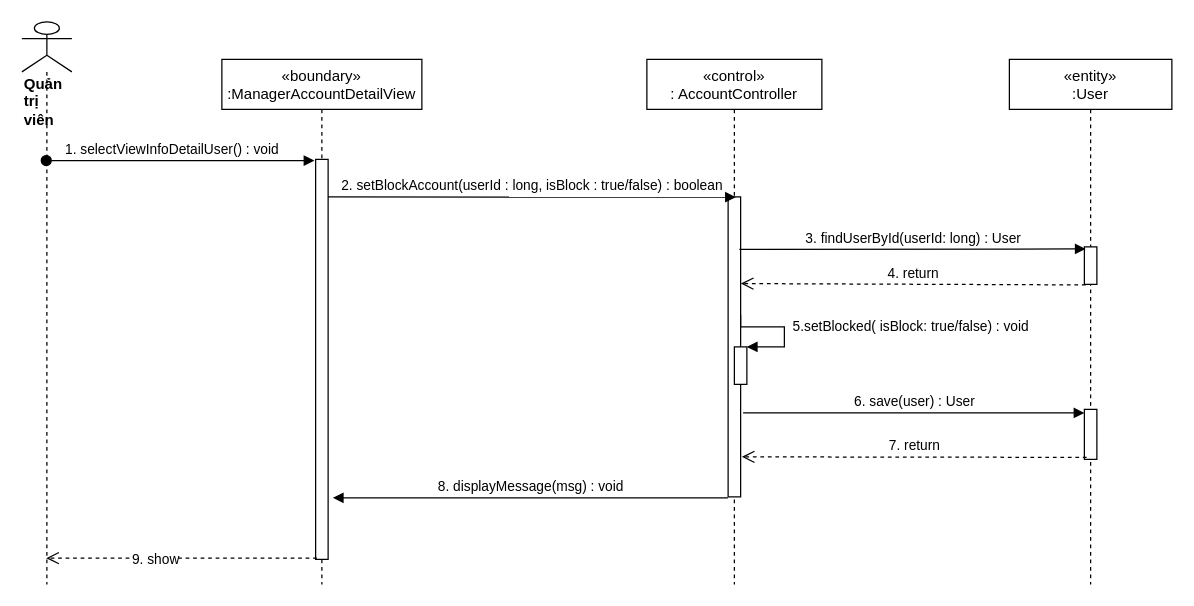
This is sequence diagram/block-unblock-User.drawio from nguyenphamvan/datn_20202, a draw.io file, before an edit. Source tidied: cells renumbered, new cells numbered last; positions are measured from the earlier drawing's top-left corner, leaving out a move shared by most shapes. Both pictures are drawn from the tidied source at 125%, with x=0, y=0 at pixel (21, 21).
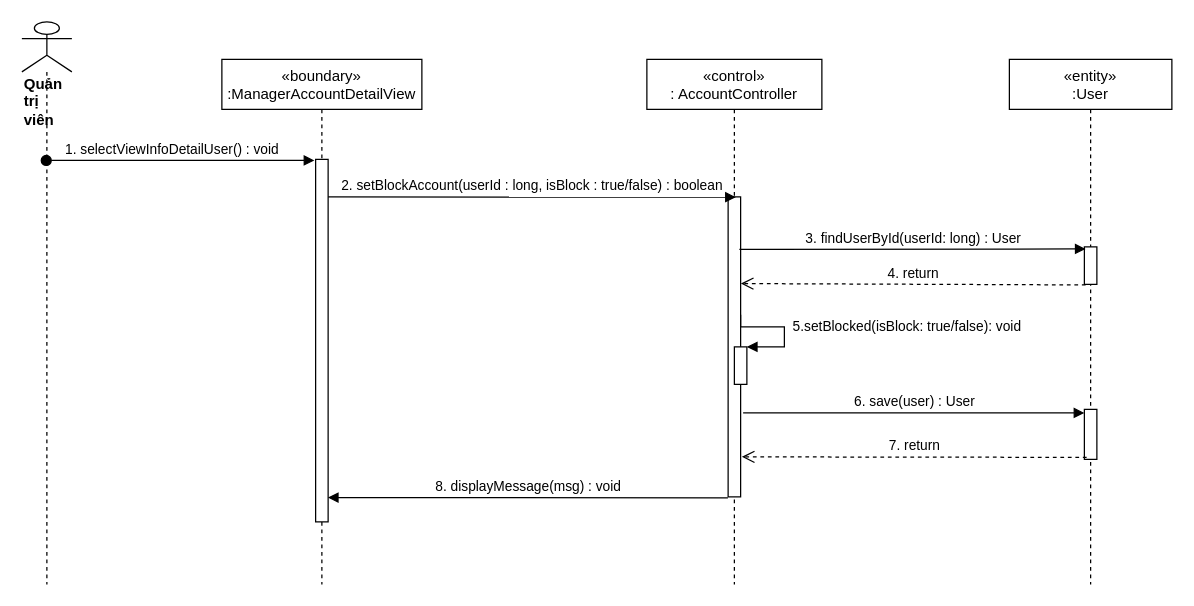
After the change.

Unchanged cells that the change refers to:
```xml
<mxCell id="3" style="points=[];perimeter=orthogonalPerimeter;rounded=0;shadow=0;strokeWidth=1;" parent="2" vertex="1">
  <mxGeometry x="65" y="110" width="10" height="240" as="geometry" />
</mxCell>
<mxCell id="4" value="&lt;div&gt;&lt;b&gt;Quản trị viên&lt;/b&gt;&lt;/div&gt;" style="shape=umlLifeline;participant=umlActor;perimeter=lifelinePerimeter;whiteSpace=wrap;html=1;verticalAlign=top;spacingTop=36;outlineConnect=0;align=left;size=40;" parent="1" vertex="1">
  <mxGeometry width="40" height="450" as="geometry" />
</mxCell>
<mxCell id="12" value="«boundary»&#10;:ManagerAccountDetailView" style="shape=umlLifeline;perimeter=lifelinePerimeter;rounded=0;shadow=0;strokeWidth=1;" parent="1" vertex="1">
  <mxGeometry x="160" y="30" width="160" height="420" as="geometry" />
</mxCell>
<mxCell id="16" style="html=1;points=[];perimeter=orthogonalPerimeter;" parent="1" vertex="1">
  <mxGeometry x="570" y="260" width="10" height="30" as="geometry" />
</mxCell>
```

What changed in the source:
```diff
@@
     <mxCell id="13" style="points=[];perimeter=orthogonalPerimeter;rounded=0;shadow=0;strokeWidth=1;" parent="12" vertex="1">
-      <mxGeometry x="75" y="80" width="10" height="320" as="geometry" />
+      <mxGeometry x="75" y="80" width="10" height="290" as="geometry" />
     </mxCell>
@@
-    <mxCell id="17" value="&amp;nbsp;5.setBlocked( isBlock: true/false) : void" style="edgeStyle=orthogonalEdgeStyle;html=1;align=left;spacingLeft=2;endArrow=block;rounded=0;entryX=1;entryY=0;exitX=1;exitY=0.393;exitDx=0;exitDy=0;exitPerimeter=0;" parent="1" edge="1" source="3" target="16">
+    <mxCell id="17" value="&amp;nbsp;5.setBlocked(isBlock: true/false): void" style="edgeStyle=orthogonalEdgeStyle;html=1;align=left;spacingLeft=2;endArrow=block;rounded=0;entryX=1;entryY=0;exitX=1;exitY=0.393;exitDx=0;exitDy=0;exitPerimeter=0;" parent="1" edge="1" source="3" target="16">
       <mxGeometry relative="1" as="geometry">
         <Array as="points">
           <mxPoint x="575" y="244" />
           <mxPoint x="610" y="244" />
           <mxPoint x="610" y="260" />
         </Array>
       </mxGeometry>
     </mxCell>
-    <mxCell id="18" style="html=1;verticalAlign=bottom;endArrow=open;dashed=1;endSize=8;exitX=0.1;exitY=0.997;exitDx=0;exitDy=0;exitPerimeter=0;" parent="1" edge="1" source="13" target="4">
-      <mxGeometry relative="1" as="geometry" />
-    </mxCell>
-    <mxCell id="19" value="9. show" style="edgeLabel;html=1;align=center;verticalAlign=middle;" parent="18" vertex="1">
-      <mxGeometry x="0.2" relative="1" as="geometry" />
-    </mxCell>
-    <mxCell id="20" value="8. displayMessage(msg) : void" style="html=1;verticalAlign=bottom;endArrow=block;exitX=-0.02;exitY=1.003;exitDx=0;exitDy=0;exitPerimeter=0;entryX=1.38;entryY=0.846;entryDx=0;entryDy=0;entryPerimeter=0;" parent="1" edge="1" source="3" target="13">
+    <mxCell id="20" value="8. displayMessage(msg) : void" style="html=1;verticalAlign=bottom;endArrow=block;exitX=-0.02;exitY=1.003;exitDx=0;exitDy=0;exitPerimeter=0;entryX=0.98;entryY=0.933;entryDx=0;entryDy=0;entryPerimeter=0;" parent="1" edge="1" source="3" target="13">
       <mxGeometry relative="1" as="geometry" />
     </mxCell>
```
